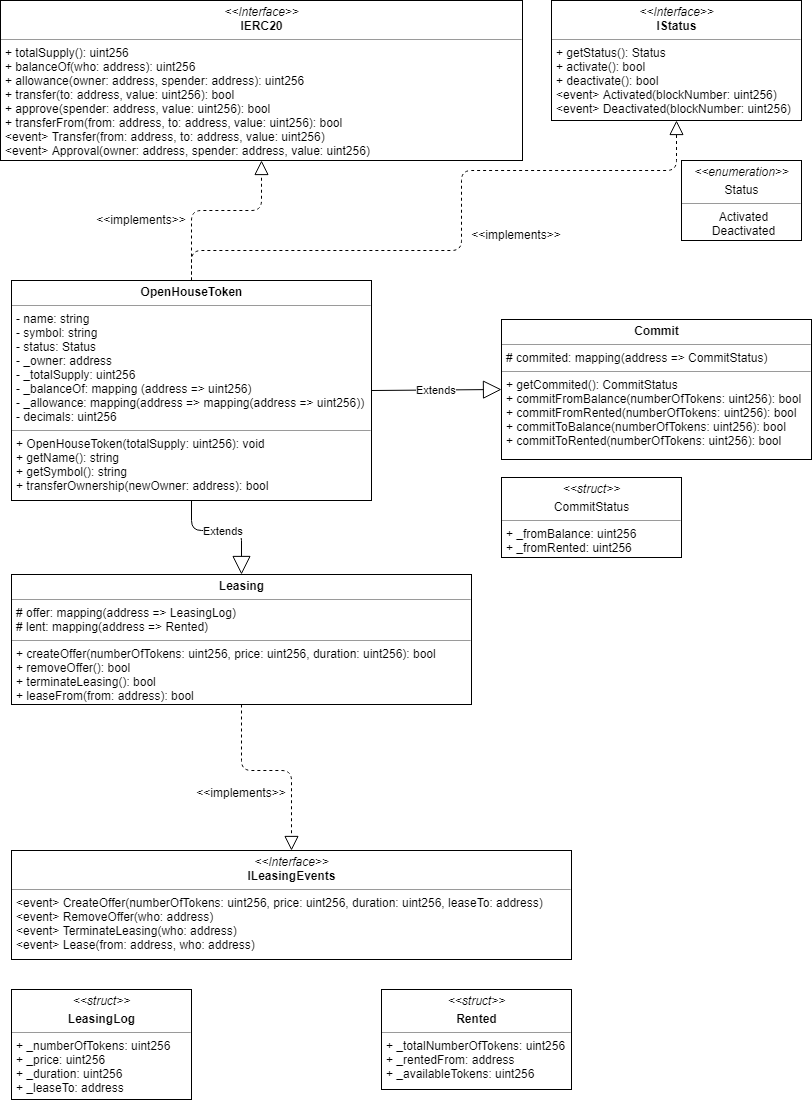
gkamtzir/Ethereum-ICO-Diploma-Thesis keeps this draw.io diagram as uml/OpenHouseToken/OpenHouseToken.png. Above is the earlier version. Source tidied: cells renumbered, new cells last; positions are measured from the earlier drawing's top-left corner, leaving out a move shared by most shapes.
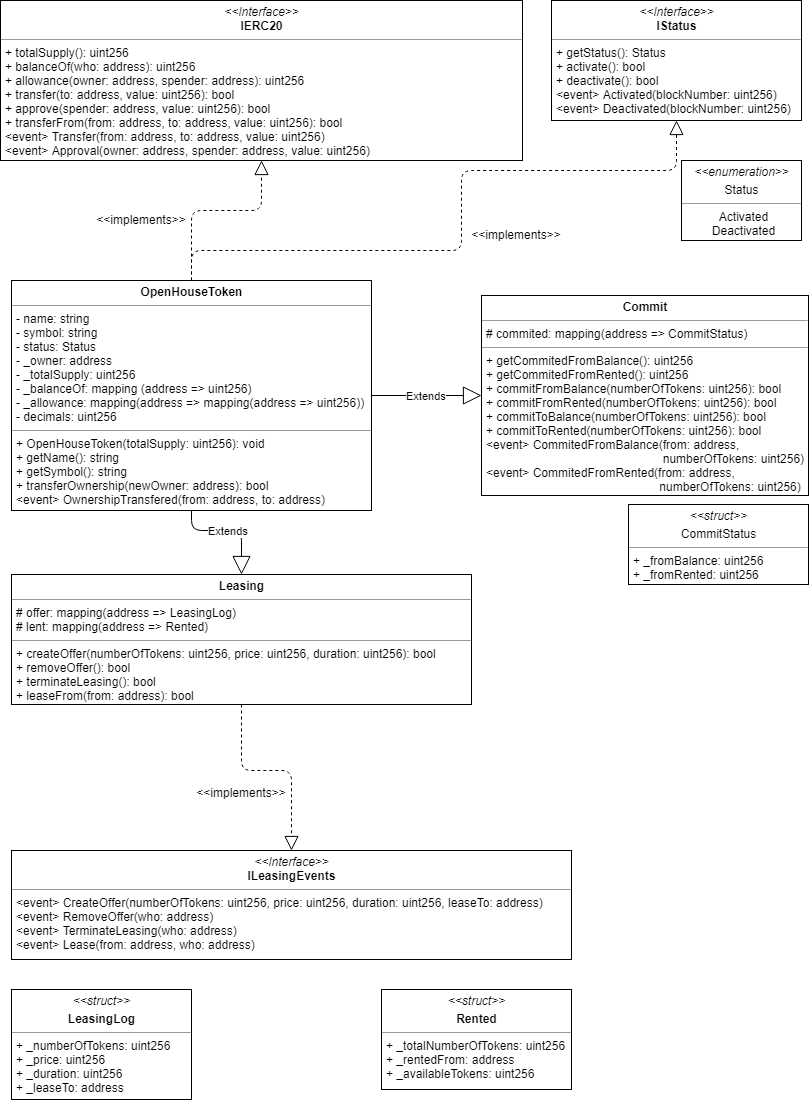
The same diagram one commit later.

Commit message:
Changed Commit's class diagram and added events.

The edit, as a diff of the source:
```diff
@@ -2,8 +2,8 @@
   <root>
     <mxCell id="0" />
     <mxCell id="1" parent="0" />
-    <mxCell id="2" value="&lt;p style=&quot;margin: 0px ; margin-top: 4px ; text-align: center&quot;&gt;&lt;b&gt;OpenHouseToken&lt;/b&gt;&lt;/p&gt;&lt;hr size=&quot;1&quot;&gt;&lt;p style=&quot;margin: 0px ; margin-left: 4px&quot;&gt;- name: string&lt;/p&gt;&lt;p style=&quot;margin: 0px ; margin-left: 4px&quot;&gt;- symbol: string&lt;/p&gt;&lt;p style=&quot;margin: 0px ; margin-left: 4px&quot;&gt;- status: Status&lt;br&gt;&lt;/p&gt;&lt;p style=&quot;margin: 0px ; margin-left: 4px&quot;&gt;- _owner: address&lt;/p&gt;&lt;p style=&quot;margin: 0px ; margin-left: 4px&quot;&gt;- _totalSupply: uint256&lt;/p&gt;&lt;p style=&quot;margin: 0px ; margin-left: 4px&quot;&gt;- _balanceOf: mapping (address =&amp;gt; uint256)&lt;/p&gt;&lt;p style=&quot;margin: 0px ; margin-left: 4px&quot;&gt;- _allowance: mapping(address =&amp;gt; mapping(address =&amp;gt; uint256))&lt;/p&gt;&lt;p style=&quot;margin: 0px ; margin-left: 4px&quot;&gt;- decimals: uint256&lt;/p&gt;&lt;hr size=&quot;1&quot;&gt;&lt;p style=&quot;margin: 0px ; margin-left: 4px&quot;&gt;+ OpenHouseToken(totalSupply: uint256): void&lt;/p&gt;&lt;p style=&quot;margin: 0px ; margin-left: 4px&quot;&gt;+ getName(): string&lt;/p&gt;&lt;p style=&quot;margin: 0px ; margin-left: 4px&quot;&gt;+ getSymbol(): string&lt;/p&gt;&lt;p style=&quot;margin: 0px ; margin-left: 4px&quot;&gt;+ transferOwnership(newOwner: address): bool&lt;/p&gt;" style="verticalAlign=top;align=left;overflow=fill;fontSize=12;fontFamily=Helvetica;html=1;" parent="1" vertex="1">
-      <mxGeometry x="11" y="280" width="360" height="220" as="geometry" />
+    <mxCell id="2" value="&lt;p style=&quot;margin: 0px ; margin-top: 4px ; text-align: center&quot;&gt;&lt;b&gt;OpenHouseToken&lt;/b&gt;&lt;/p&gt;&lt;hr size=&quot;1&quot;&gt;&lt;p style=&quot;margin: 0px ; margin-left: 4px&quot;&gt;- name: string&lt;/p&gt;&lt;p style=&quot;margin: 0px ; margin-left: 4px&quot;&gt;- symbol: string&lt;/p&gt;&lt;p style=&quot;margin: 0px ; margin-left: 4px&quot;&gt;- status: Status&lt;br&gt;&lt;/p&gt;&lt;p style=&quot;margin: 0px ; margin-left: 4px&quot;&gt;- _owner: address&lt;/p&gt;&lt;p style=&quot;margin: 0px ; margin-left: 4px&quot;&gt;- _totalSupply: uint256&lt;/p&gt;&lt;p style=&quot;margin: 0px ; margin-left: 4px&quot;&gt;- _balanceOf: mapping (address =&amp;gt; uint256)&lt;/p&gt;&lt;p style=&quot;margin: 0px ; margin-left: 4px&quot;&gt;- _allowance: mapping(address =&amp;gt; mapping(address =&amp;gt; uint256))&lt;/p&gt;&lt;p style=&quot;margin: 0px ; margin-left: 4px&quot;&gt;- decimals: uint256&lt;/p&gt;&lt;hr size=&quot;1&quot;&gt;&lt;p style=&quot;margin: 0px ; margin-left: 4px&quot;&gt;+ OpenHouseToken(totalSupply: uint256): void&lt;/p&gt;&lt;p style=&quot;margin: 0px ; margin-left: 4px&quot;&gt;+ getName(): string&lt;/p&gt;&lt;p style=&quot;margin: 0px ; margin-left: 4px&quot;&gt;+ getSymbol(): string&lt;/p&gt;&lt;p style=&quot;margin: 0px ; margin-left: 4px&quot;&gt;+ transferOwnership(newOwner: address): bool&lt;/p&gt;&lt;p style=&quot;margin: 0px ; margin-left: 4px&quot;&gt;&amp;lt;event&amp;gt; OwnershipTransfered(from: address, to: address)&lt;/p&gt;" style="verticalAlign=top;align=left;overflow=fill;fontSize=12;fontFamily=Helvetica;html=1;" parent="1" vertex="1">
+      <mxGeometry x="11" y="280" width="360" height="230" as="geometry" />
     </mxCell>
     <mxCell id="3" value="&lt;p style=&quot;margin: 0px ; margin-top: 4px ; text-align: center&quot;&gt;&lt;i&gt;&amp;lt;&amp;lt;Interface&amp;gt;&amp;gt;&lt;/i&gt;&lt;br&gt;&lt;b&gt;IERC20&lt;/b&gt;&lt;/p&gt;&lt;hr size=&quot;1&quot;&gt;&lt;p style=&quot;margin: 0px ; margin-left: 4px&quot;&gt;+ totalSupply(): uint256&lt;br&gt;+ balanceOf(who: address): uint256&lt;/p&gt;&lt;p style=&quot;margin: 0px ; margin-left: 4px&quot;&gt;+ allowance(owner: address, spender: address): uint256&lt;/p&gt;&lt;p style=&quot;margin: 0px ; margin-left: 4px&quot;&gt;+ transfer(to: address, value: uint256): bool&lt;/p&gt;&lt;p style=&quot;margin: 0px ; margin-left: 4px&quot;&gt;+ approve(spender: address, value: uint256): bool&lt;/p&gt;&lt;p style=&quot;margin: 0px ; margin-left: 4px&quot;&gt;+ transferFrom(from: address, to: address, value: uint256): bool&lt;/p&gt;&lt;p style=&quot;margin: 0px ; margin-left: 4px&quot;&gt;&amp;lt;event&amp;gt; Transfer(from: address, to: address, value: uint256)&lt;/p&gt;&lt;p style=&quot;margin: 0px ; margin-left: 4px&quot;&gt;&amp;lt;event&amp;gt; Approval(owner: address, spender: address, value: uint256)&lt;/p&gt;" style="verticalAlign=top;align=left;overflow=fill;fontSize=12;fontFamily=Helvetica;html=1;" parent="1" vertex="1">
       <mxGeometry width="522" height="160" as="geometry" />
@@ -44,11 +44,11 @@
         </Array>
       </mxGeometry>
     </mxCell>
-    <mxCell id="11" value="&lt;p style=&quot;margin: 0px ; margin-top: 4px ; text-align: center&quot;&gt;&lt;b&gt;Commit&lt;/b&gt;&lt;/p&gt;&lt;hr size=&quot;1&quot;&gt;&lt;p style=&quot;margin: 0px ; margin-left: 4px&quot;&gt;# commited: mapping(address =&amp;gt; CommitStatus)&lt;/p&gt;&lt;hr size=&quot;1&quot;&gt;&lt;p style=&quot;margin: 0px ; margin-left: 4px&quot;&gt;+ getCommited(): CommitStatus&lt;br&gt;&lt;/p&gt;&lt;p style=&quot;margin: 0px ; margin-left: 4px&quot;&gt;+ commitFromBalance(numberOfTokens: uint256): bool&lt;/p&gt;&lt;p style=&quot;margin: 0px ; margin-left: 4px&quot;&gt;+ commitFromRented(numberOfTokens: uint256): bool&lt;/p&gt;&lt;p style=&quot;margin: 0px ; margin-left: 4px&quot;&gt;+ commitToBalance(numberOfTokens: uint256): bool&lt;/p&gt;&lt;p style=&quot;margin: 0px ; margin-left: 4px&quot;&gt;+ commitToRented(numberOfTokens: uint256): bool&lt;/p&gt;" style="verticalAlign=top;align=left;overflow=fill;fontSize=12;fontFamily=Helvetica;html=1;" parent="1" vertex="1">
-      <mxGeometry x="501" y="319" width="310" height="140" as="geometry" />
+    <mxCell id="11" value="&lt;p style=&quot;margin: 0px ; margin-top: 4px ; text-align: center&quot;&gt;&lt;b&gt;Commit&lt;/b&gt;&lt;/p&gt;&lt;hr size=&quot;1&quot;&gt;&lt;p style=&quot;margin: 0px ; margin-left: 4px&quot;&gt;# commited: mapping(address =&amp;gt; CommitStatus)&lt;/p&gt;&lt;hr size=&quot;1&quot;&gt;&lt;p style=&quot;margin: 0px ; margin-left: 4px&quot;&gt;+ getCommitedFromBalance(): uint256&lt;br&gt;&lt;/p&gt;&lt;p style=&quot;margin: 0px ; margin-left: 4px&quot;&gt;+ getCommitedFromRented(): uint256&lt;/p&gt;&lt;p style=&quot;margin: 0px ; margin-left: 4px&quot;&gt;+ commitFromBalance(numberOfTokens: uint256): bool&lt;/p&gt;&lt;p style=&quot;margin: 0px ; margin-left: 4px&quot;&gt;+ commitFromRented(numberOfTokens: uint256): bool&lt;/p&gt;&lt;p style=&quot;margin: 0px ; margin-left: 4px&quot;&gt;+ commitToBalance(numberOfTokens: uint256): bool&lt;/p&gt;&lt;p style=&quot;margin: 0px ; margin-left: 4px&quot;&gt;+ commitToRented(numberOfTokens: uint256): bool&lt;/p&gt;&lt;p style=&quot;margin: 0px ; margin-left: 4px&quot;&gt;&amp;lt;event&amp;gt; CommitedFromBalance(from: address,&amp;nbsp;&lt;/p&gt;&lt;p style=&quot;margin: 0px ; margin-left: 4px&quot;&gt;&amp;nbsp; &amp;nbsp; &amp;nbsp; &amp;nbsp; &amp;nbsp; &amp;nbsp; &amp;nbsp; &amp;nbsp; &amp;nbsp; &amp;nbsp; &amp;nbsp; &amp;nbsp; &amp;nbsp; &amp;nbsp; &amp;nbsp; &amp;nbsp; &amp;nbsp; &amp;nbsp; &amp;nbsp; &amp;nbsp; &amp;nbsp; &amp;nbsp; &amp;nbsp; &amp;nbsp; &amp;nbsp; &amp;nbsp; &amp;nbsp;numberOfTokens: uint256)&lt;/p&gt;&lt;p style=&quot;margin: 0px ; margin-left: 4px&quot;&gt;&amp;lt;event&amp;gt; CommitedFromRented(from: address,&lt;br&gt;&amp;nbsp; &amp;nbsp; &amp;nbsp; &amp;nbsp; &amp;nbsp; &amp;nbsp; &amp;nbsp; &amp;nbsp; &amp;nbsp; &amp;nbsp; &amp;nbsp; &amp;nbsp; &amp;nbsp; &amp;nbsp; &amp;nbsp; &amp;nbsp; &amp;nbsp; &amp;nbsp; &amp;nbsp; &amp;nbsp; &amp;nbsp; &amp;nbsp; &amp;nbsp; &amp;nbsp; &amp;nbsp; &amp;nbsp; numberOfTokens: uint256)&lt;/p&gt;" style="verticalAlign=top;align=left;overflow=fill;fontSize=12;fontFamily=Helvetica;html=1;" parent="1" vertex="1">
+      <mxGeometry x="481" y="295" width="327" height="200" as="geometry" />
     </mxCell>
     <mxCell id="12" value="&lt;p style=&quot;margin: 0px ; margin-top: 4px ; text-align: center&quot;&gt;&lt;i&gt;&amp;lt;&amp;lt;struct&amp;gt;&amp;gt;&lt;/i&gt;&lt;br&gt;&lt;/p&gt;&lt;p style=&quot;margin: 0px ; margin-top: 4px ; text-align: center&quot;&gt;&lt;span&gt;CommitStatus&lt;/span&gt;&lt;br&gt;&lt;/p&gt;&lt;hr size=&quot;1&quot;&gt;&lt;p style=&quot;margin: 0px ; margin-left: 4px&quot;&gt;+ _fromBalance: uint256&lt;/p&gt;&lt;p style=&quot;margin: 0px ; margin-left: 4px&quot;&gt;+ _fromRented: uint256&lt;/p&gt;&lt;p style=&quot;margin: 0px ; margin-left: 4px&quot;&gt;&lt;br&gt;&lt;/p&gt;" style="verticalAlign=top;align=left;overflow=fill;fontSize=12;fontFamily=Helvetica;html=1;" parent="1" vertex="1">
-      <mxGeometry x="501" y="477" width="180" height="80" as="geometry" />
+      <mxGeometry x="628" y="504" width="180" height="80" as="geometry" />
     </mxCell>
     <mxCell id="13" value="&lt;p style=&quot;margin: 0px ; margin-top: 4px ; text-align: center&quot;&gt;&lt;i&gt;&amp;lt;&amp;lt;struct&amp;gt;&amp;gt;&lt;/i&gt;&lt;br&gt;&lt;/p&gt;&lt;p style=&quot;margin: 0px ; margin-top: 4px ; text-align: center&quot;&gt;&lt;b&gt;Rented&lt;/b&gt;&lt;/p&gt;&lt;hr size=&quot;1&quot;&gt;&lt;p style=&quot;margin: 0px ; margin-left: 4px&quot;&gt;+ _totalNumberOfTokens: uint256&lt;/p&gt;&lt;p style=&quot;margin: 0px ; margin-left: 4px&quot;&gt;+ _rentedFrom: address&lt;/p&gt;&lt;p style=&quot;margin: 0px ; margin-left: 4px&quot;&gt;+ _availableTokens: uint256&lt;/p&gt;&lt;p style=&quot;margin: 0px ; margin-left: 4px&quot;&gt;&lt;br&gt;&lt;/p&gt;" style="verticalAlign=top;align=left;overflow=fill;fontSize=12;fontFamily=Helvetica;html=1;" parent="1" vertex="1">
       <mxGeometry x="381" y="989" width="190" height="100" as="geometry" />
```
